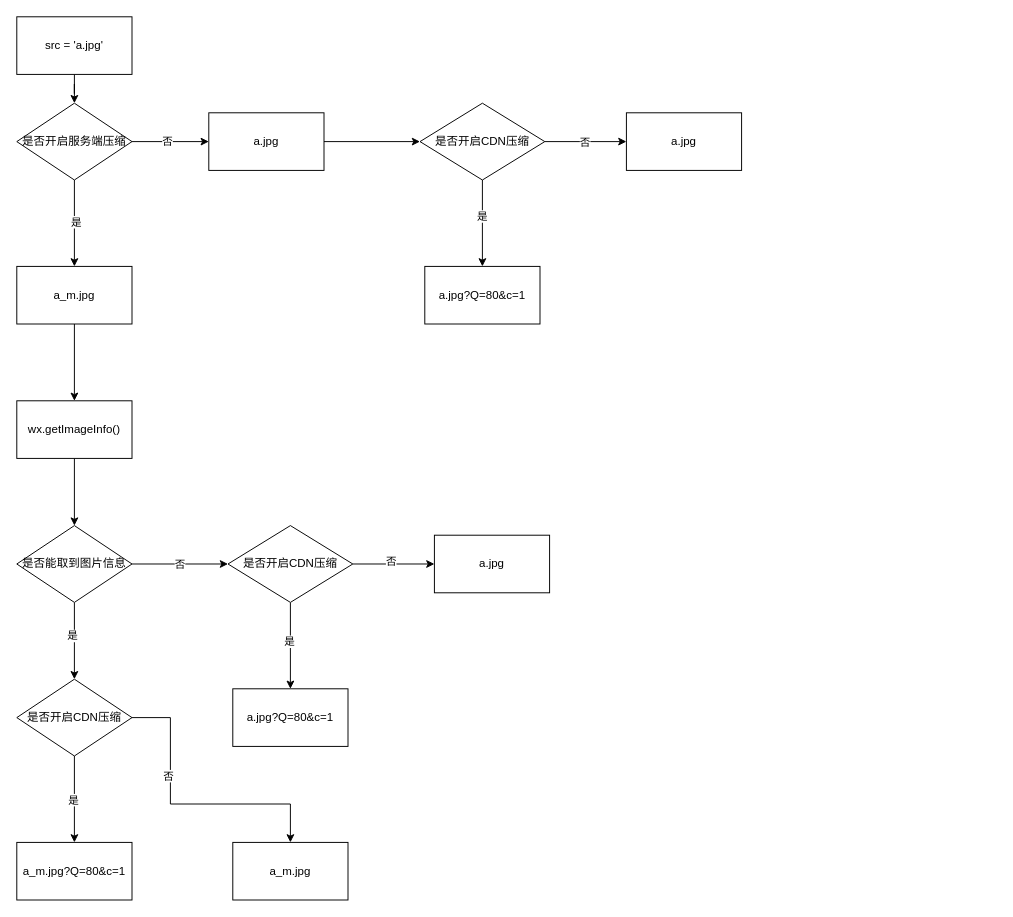
This is 图片加载压缩url.drawio from nikolausliu/drawio-repo, a draw.io file, before an edit. Source tidied: cells renumbered, new cells numbered last; positions are measured from the earlier drawing's top-left corner, leaving out a move shared by most shapes. Both pictures are drawn from the tidied source at 96%, with x=0, y=0 at pixel (16, 16).
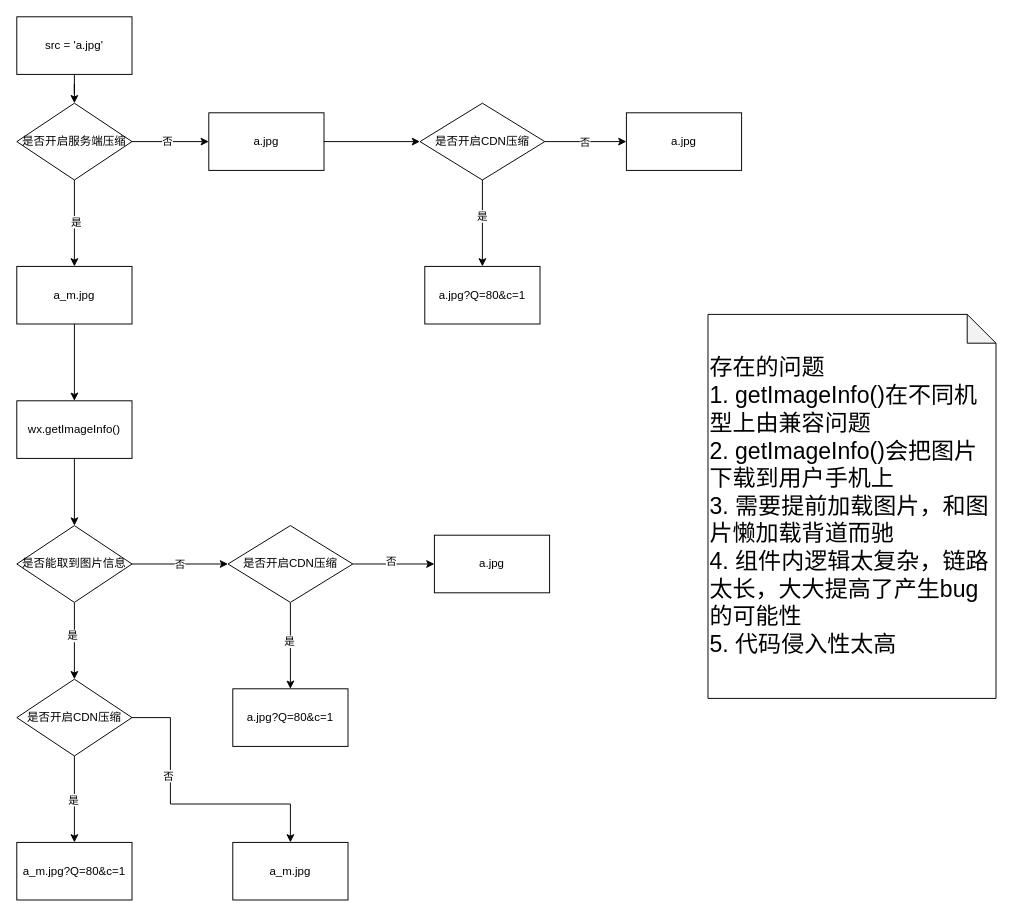
After the change.

Commit message (it also covers changes not shown here):
更新图片加载压缩url.drawio

Diff of the diagram source:
```diff
@@
+    <mxCell id="41" value="&lt;font style=&quot;font-size: 24px;&quot;&gt;存在的问题&lt;br&gt;1. getImageInfo()在不同机型上由兼容问题&lt;br&gt;2. getImageInfo()会把图片下载到用户手机上&lt;br&gt;3. 需要提前加载图片，和图片懒加载背道而驰&lt;br&gt;4. 组件内逻辑太复杂，链路太长，大大提高了产生bug的可能性&lt;br&gt;5. 代码侵入性太高&lt;br&gt;&lt;/font&gt;" style="shape=note;whiteSpace=wrap;html=1;backgroundOutline=1;darkOpacity=0.05;align=left;" parent="1" vertex="1">
+      <mxGeometry x="720" y="310" width="300" height="400" as="geometry" />
+    </mxCell>
```
